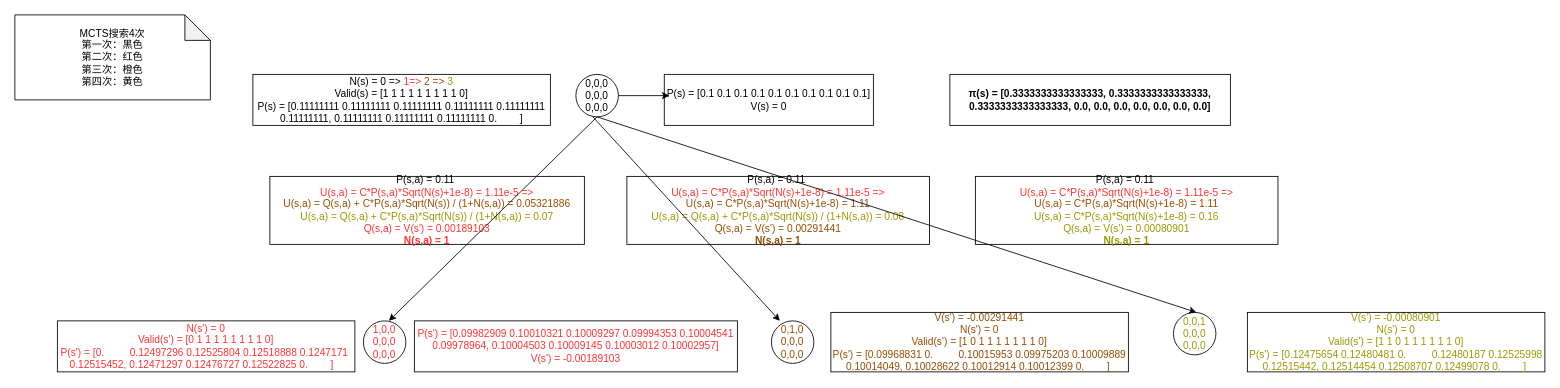
The draw.io diagram page "MCTS-4-Step1" (1 of 6) of alpha-zero.drawio in tallongsun/drawio, before the edit. Source tidied: cells renumbered, new cells numbered last; positions are measured from the earlier drawing's top-left corner, leaving out a move shared by most shapes. Both pictures are drawn from the tidied source at 85%, with x=0, y=0 at pixel (14, 14).
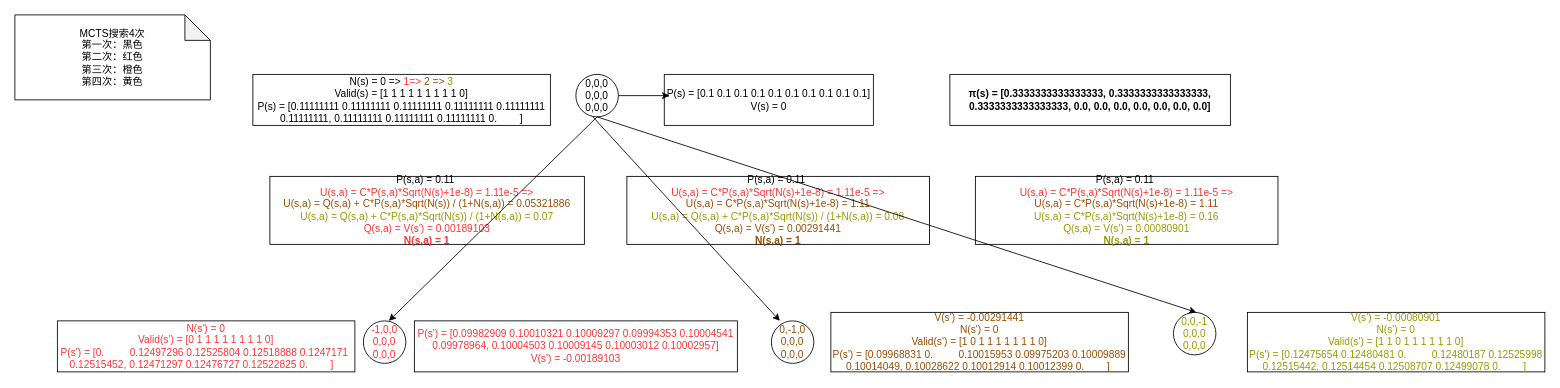
After the change.

What changed in the source:
```diff
@@
-    <mxCell id="8" value="&lt;font color=&quot;#ff3333&quot;&gt;1,0,0&lt;br&gt;0,0,0&lt;br&gt;0,0,0&lt;/font&gt;" style="ellipse;whiteSpace=wrap;html=1;" parent="1" vertex="1">
+    <mxCell id="8" value="&lt;font color=&quot;#ff3333&quot;&gt;-1,0,0&lt;br&gt;0,0,0&lt;br&gt;0,0,0&lt;/font&gt;" style="ellipse;whiteSpace=wrap;html=1;" parent="1" vertex="1">
       <mxGeometry x="410" y="360" width="50" height="50" as="geometry" />
     </mxCell>
@@
-    <mxCell id="12" value="&lt;font color=&quot;#994c00&quot;&gt;0,1,0&lt;br&gt;0,0,0&lt;br&gt;0,0,0&lt;/font&gt;" style="ellipse;whiteSpace=wrap;html=1;" parent="1" vertex="1">
+    <mxCell id="12" value="&lt;font color=&quot;#994c00&quot;&gt;0,-1,0&lt;br&gt;0,0,0&lt;br&gt;0,0,0&lt;/font&gt;" style="ellipse;whiteSpace=wrap;html=1;" parent="1" vertex="1">
       <mxGeometry x="890" y="360" width="50" height="50" as="geometry" />
     </mxCell>
@@
-    <mxCell id="16" value="&lt;font color=&quot;#999900&quot;&gt;0,0,1&lt;br&gt;0,0,0&lt;br&gt;0,0,0&lt;/font&gt;" style="ellipse;whiteSpace=wrap;html=1;" parent="1" vertex="1">
+    <mxCell id="16" value="&lt;font color=&quot;#999900&quot;&gt;0,0,-1&lt;br&gt;0,0,0&lt;br&gt;0,0,0&lt;/font&gt;" style="ellipse;whiteSpace=wrap;html=1;" parent="1" vertex="1">
       <mxGeometry x="1363" y="350" width="50" height="50" as="geometry" />
     </mxCell>
```
